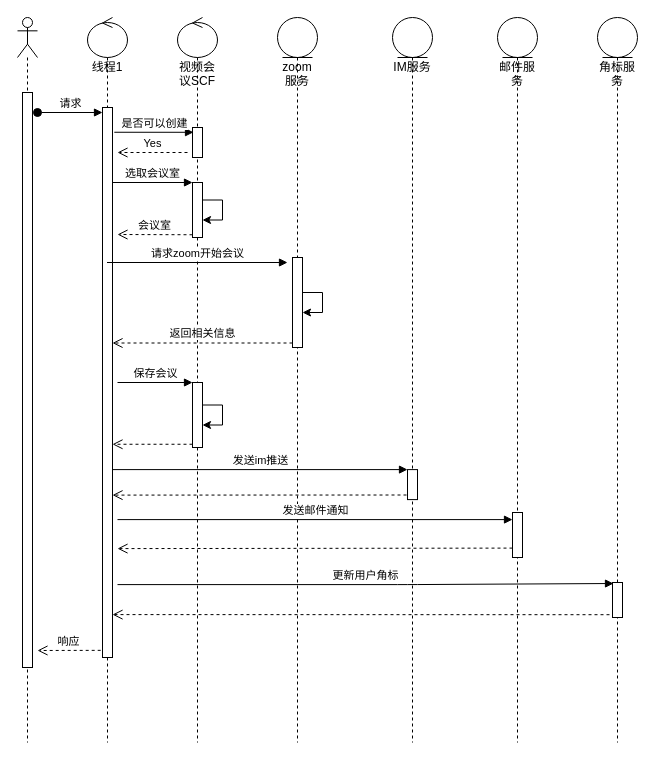
nullbull/uml keeps this draw.io diagram as page "第 3 页" (3 of 10) of shuzhi.drawio. Above is the earlier version. Source tidied: cells renumbered, new cells numbered last; positions are measured from the earlier drawing's top-left corner, leaving out a move shared by most shapes. Both pictures are drawn from the tidied source at 100%, with x=0, y=0 at pixel (17, 17).
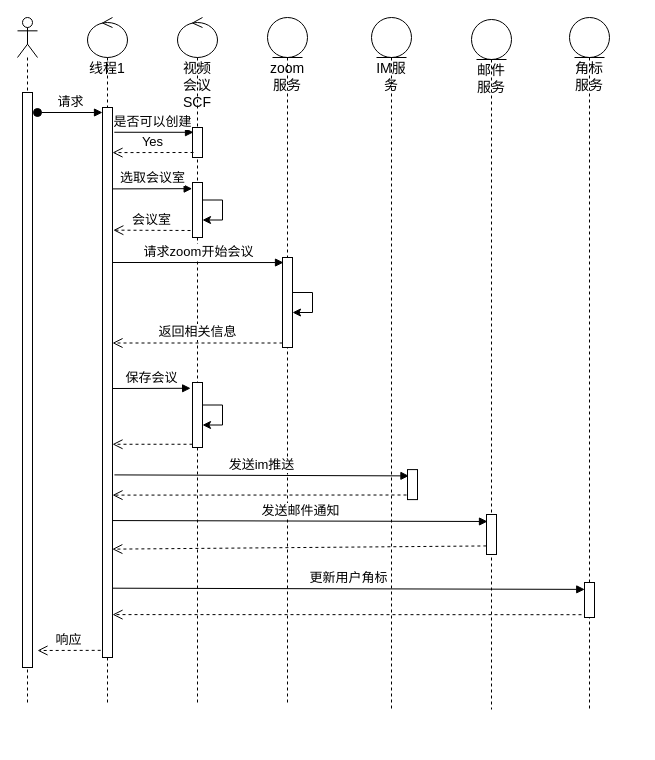
After the change.

Change to the diagram source:
```diff
@@
-    <mxCell id="2" style="shape=umlLifeline;participant=umlActor;perimeter=lifelinePerimeter;whiteSpace=wrap;html=1;verticalAlign=top;spacingTop=36;" parent="1" vertex="1">
-      <mxGeometry width="20" height="725" as="geometry" />
+    <mxCell id="2" style="shape=umlLifeline;participant=umlActor;perimeter=lifelinePerimeter;whiteSpace=wrap;html=1;verticalAlign=top;spacingTop=36;fontSize=14;" parent="1" vertex="1">
+      <mxGeometry width="20" height="686" as="geometry" />
     </mxCell>
-    <mxCell id="3" style="html=1;perimeter=orthogonalPerimeter;" parent="2" vertex="1">
+    <mxCell id="3" style="html=1;perimeter=orthogonalPerimeter;fontSize=14;" parent="2" vertex="1">
       <mxGeometry x="5" y="75" width="10" height="575" as="geometry" />
     </mxCell>
-    <mxCell id="4" value="线程1" style="shape=umlLifeline;participant=umlControl;perimeter=lifelinePerimeter;whiteSpace=wrap;html=1;verticalAlign=top;spacingTop=36;outlineConnect=0;" parent="1" vertex="1">
-      <mxGeometry x="70" width="40" height="725" as="geometry" />
+    <mxCell id="4" value="线程1" style="shape=umlLifeline;participant=umlControl;perimeter=lifelinePerimeter;whiteSpace=wrap;html=1;verticalAlign=top;spacingTop=36;outlineConnect=0;fontSize=14;" parent="1" vertex="1">
+      <mxGeometry x="70" width="40" height="687" as="geometry" />
     </mxCell>
-    <mxCell id="5" style="html=1;points=[];perimeter=orthogonalPerimeter;" parent="4" vertex="1">
+    <mxCell id="5" style="html=1;points=[];perimeter=orthogonalPerimeter;fontSize=14;" parent="4" vertex="1">
       <mxGeometry x="15" y="90" width="10" height="550" as="geometry" />
     </mxCell>
-    <mxCell id="6" value="Yes" style="html=1;verticalAlign=bottom;endArrow=open;dashed=1;endSize=8;" parent="4" edge="1">
-      <mxGeometry relative="1" as="geometry">
-        <mxPoint x="100" y="135" as="sourcePoint" />
-        <mxPoint x="30" y="135" as="targetPoint" />
-      </mxGeometry>
-    </mxCell>
-    <mxCell id="7" value="视频会议SCF" style="shape=umlLifeline;participant=umlControl;perimeter=lifelinePerimeter;whiteSpace=wrap;html=1;verticalAlign=top;spacingTop=36;" parent="1" vertex="1">
-      <mxGeometry x="160" width="40" height="725" as="geometry" />
+    <mxCell id="7" value="视频会议SCF" style="shape=umlLifeline;participant=umlControl;perimeter=lifelinePerimeter;whiteSpace=wrap;html=1;verticalAlign=top;spacingTop=36;fontSize=14;" parent="1" vertex="1">
+      <mxGeometry x="160" width="40" height="686" as="geometry" />
     </mxCell>
-    <mxCell id="8" style="html=1;points=[];perimeter=orthogonalPerimeter;" parent="7" vertex="1">
+    <mxCell id="8" style="html=1;points=[];perimeter=orthogonalPerimeter;fontSize=13;" parent="7" vertex="1">
       <mxGeometry x="15" y="110" width="10" height="30" as="geometry" />
     </mxCell>
-    <mxCell id="9" style="html=1;points=[];perimeter=orthogonalPerimeter;" parent="7" vertex="1">
+    <mxCell id="9" style="html=1;points=[];perimeter=orthogonalPerimeter;fontSize=13;" parent="7" vertex="1">
       <mxGeometry x="15" y="165" width="10" height="55" as="geometry" />
     </mxCell>
-    <mxCell id="10" style="html=1;points=[];perimeter=orthogonalPerimeter;" parent="7" vertex="1">
+    <mxCell id="10" style="html=1;points=[];perimeter=orthogonalPerimeter;fontSize=13;" parent="7" vertex="1">
       <mxGeometry x="15" y="365" width="10" height="65" as="geometry" />
     </mxCell>
-    <mxCell id="11" value="保存会议" style="html=1;verticalAlign=bottom;endArrow=block;entryX=0;entryY=0;" parent="7" edge="1" target="10">
-      <mxGeometry relative="1" as="geometry">
-        <mxPoint x="-60" y="365" as="sourcePoint" />
-      </mxGeometry>
-    </mxCell>
-    <mxCell id="12" style="edgeStyle=orthogonalEdgeStyle;rounded=0;orthogonalLoop=1;jettySize=auto;html=1;" parent="7" edge="1" source="9" target="9">
+    <mxCell id="12" style="edgeStyle=orthogonalEdgeStyle;rounded=0;orthogonalLoop=1;jettySize=auto;html=1;fontSize=13;" parent="7" edge="1" source="9" target="9">
       <mxGeometry relative="1" as="geometry" />
     </mxCell>
-    <mxCell id="13" style="edgeStyle=orthogonalEdgeStyle;rounded=0;orthogonalLoop=1;jettySize=auto;html=1;" parent="7" edge="1" source="10" target="10">
+    <mxCell id="13" style="edgeStyle=orthogonalEdgeStyle;rounded=0;orthogonalLoop=1;jettySize=auto;html=1;fontSize=13;" parent="7" edge="1" source="10" target="10">
       <mxGeometry relative="1" as="geometry" />
     </mxCell>
-    <mxCell id="14" value="请求" style="html=1;verticalAlign=bottom;startArrow=oval;endArrow=block;startSize=8;" parent="1" edge="1" target="5">
+    <mxCell id="14" value="请求" style="html=1;verticalAlign=bottom;startArrow=oval;endArrow=block;startSize=8;fontSize=13;" parent="1" edge="1" target="5">
       <mxGeometry relative="1" as="geometry">
         <mxPoint x="20" y="95" as="sourcePoint" />
       </mxGeometry>
     </mxCell>
-    <mxCell id="15" value="zoom服务" style="shape=umlLifeline;participant=umlEntity;perimeter=lifelinePerimeter;whiteSpace=wrap;html=1;verticalAlign=top;spacingTop=36;" parent="1" vertex="1">
-      <mxGeometry x="260" width="40" height="725" as="geometry" />
+    <mxCell id="15" value="zoom服务" style="shape=umlLifeline;participant=umlEntity;perimeter=lifelinePerimeter;whiteSpace=wrap;html=1;verticalAlign=top;spacingTop=36;fontSize=14;" parent="1" vertex="1">
+      <mxGeometry x="250" width="40" height="686" as="geometry" />
     </mxCell>
-    <mxCell id="16" style="html=1;points=[];perimeter=orthogonalPerimeter;" parent="15" vertex="1">
+    <mxCell id="16" style="html=1;points=[];perimeter=orthogonalPerimeter;fontSize=13;" parent="15" vertex="1">
       <mxGeometry x="15" y="240" width="10" height="90" as="geometry" />
     </mxCell>
-    <mxCell id="17" style="edgeStyle=none;rounded=0;orthogonalLoop=1;jettySize=auto;html=1;" parent="15" edge="1" source="16" target="16">
+    <mxCell id="17" style="edgeStyle=none;rounded=0;orthogonalLoop=1;jettySize=auto;html=1;fontSize=13;" parent="15" edge="1" source="16" target="16">
       <mxGeometry relative="1" as="geometry" />
     </mxCell>
-    <mxCell id="18" value="IM服务" style="shape=umlLifeline;participant=umlEntity;perimeter=lifelinePerimeter;whiteSpace=wrap;html=1;verticalAlign=top;spacingTop=36;" parent="1" vertex="1">
-      <mxGeometry x="375" width="40" height="725" as="geometry" />
+    <mxCell id="18" value="IM服务" style="shape=umlLifeline;participant=umlEntity;perimeter=lifelinePerimeter;whiteSpace=wrap;html=1;verticalAlign=top;spacingTop=36;fontSize=14;" parent="1" vertex="1">
+      <mxGeometry x="354" width="40" height="693" as="geometry" />
     </mxCell>
-    <mxCell id="19" value="是否可以创建" style="html=1;verticalAlign=bottom;endArrow=block;exitX=1.18;exitY=0.045;exitDx=0;exitDy=0;exitPerimeter=0;entryX=0.1;entryY=0.16;entryDx=0;entryDy=0;entryPerimeter=0;" parent="1" edge="1" source="5" target="8">
-      <mxGeometry relative="1" as="geometry" />
+    <mxCell id="19" value="是否可以创建" style="html=1;verticalAlign=bottom;endArrow=block;exitX=1.18;exitY=0.045;exitDx=0;exitDy=0;exitPerimeter=0;entryX=0.1;entryY=0.16;entryDx=0;entryDy=0;entryPerimeter=0;fontSize=13;" parent="1" edge="1" source="5" target="8">
+      <mxGeometry x="-0.04" relative="1" as="geometry" />
     </mxCell>
-    <mxCell id="20" value="邮件服务" style="shape=umlLifeline;participant=umlEntity;perimeter=lifelinePerimeter;whiteSpace=wrap;html=1;verticalAlign=top;spacingTop=36;" parent="1" vertex="1">
-      <mxGeometry x="480" width="40" height="725" as="geometry" />
+    <mxCell id="20" value="邮件服务" style="shape=umlLifeline;participant=umlEntity;perimeter=lifelinePerimeter;whiteSpace=wrap;html=1;verticalAlign=top;spacingTop=36;fontSize=14;" parent="1" vertex="1">
+      <mxGeometry x="454" y="2" width="40" height="690" as="geometry" />
     </mxCell>
-    <mxCell id="21" style="html=1;points=[];perimeter=orthogonalPerimeter;" parent="20" vertex="1">
-      <mxGeometry x="15" y="495" width="10" height="45" as="geometry" />
+    <mxCell id="21" style="html=1;points=[];perimeter=orthogonalPerimeter;fontSize=13;" parent="20" vertex="1">
+      <mxGeometry x="15" y="495" width="10" height="40" as="geometry" />
     </mxCell>
-    <mxCell id="22" value="角标服务" style="shape=umlLifeline;participant=umlEntity;perimeter=lifelinePerimeter;whiteSpace=wrap;html=1;verticalAlign=top;spacingTop=36;" parent="1" vertex="1">
-      <mxGeometry x="580" width="40" height="725" as="geometry" />
+    <mxCell id="22" value="角标服务" style="shape=umlLifeline;participant=umlEntity;perimeter=lifelinePerimeter;whiteSpace=wrap;html=1;verticalAlign=top;spacingTop=36;fontSize=14;" parent="1" vertex="1">
+      <mxGeometry x="552" width="40" height="694" as="geometry" />
     </mxCell>
-    <mxCell id="23" style="html=1;points=[];perimeter=orthogonalPerimeter;" parent="22" vertex="1">
+    <mxCell id="23" style="html=1;points=[];perimeter=orthogonalPerimeter;fontSize=13;" parent="22" vertex="1">
       <mxGeometry x="15" y="565" width="10" height="35" as="geometry" />
     </mxCell>
-    <mxCell id="24" value="会议室" style="html=1;verticalAlign=bottom;endArrow=open;dashed=1;endSize=8;exitX=0;exitY=0.95;" parent="1" edge="1" source="9">
+    <mxCell id="24" value="会议室" style="html=1;verticalAlign=bottom;endArrow=open;dashed=1;endSize=8;entryX=1.081;entryY=0.223;entryDx=0;entryDy=0;entryPerimeter=0;fontSize=13;" parent="1" edge="1" target="5">
       <mxGeometry relative="1" as="geometry">
-        <mxPoint x="100" y="217" as="targetPoint" />
+        <mxPoint x="173" y="213" as="sourcePoint" />
       </mxGeometry>
     </mxCell>
-    <mxCell id="25" value="选取会议室" style="html=1;verticalAlign=bottom;endArrow=block;entryX=0;entryY=0;" parent="1" edge="1" target="9">
-      <mxGeometry relative="1" as="geometry">
-        <mxPoint x="95" y="165" as="sourcePoint" />
-      </mxGeometry>
+    <mxCell id="25" value="选取会议室" style="html=1;verticalAlign=bottom;endArrow=block;entryX=-0.033;entryY=0.112;entryDx=0;entryDy=0;entryPerimeter=0;exitX=1.043;exitY=0.148;exitDx=0;exitDy=0;exitPerimeter=0;fontSize=13;" parent="1" edge="1" source="5" target="9">
+      <mxGeometry relative="1" as="geometry" />
     </mxCell>
-    <mxCell id="26" value="请求zoom开始会议" style="html=1;verticalAlign=bottom;endArrow=block;" parent="1" edge="1" source="4">
+    <mxCell id="26" value="请求zoom开始会议" style="html=1;verticalAlign=bottom;endArrow=block;entryX=0.1;entryY=0.056;entryDx=0;entryDy=0;entryPerimeter=0;fontSize=13;" parent="1" edge="1" target="16">
       <mxGeometry relative="1" as="geometry">
-        <mxPoint x="270" y="245" as="targetPoint" />
+        <mxPoint x="95" y="245" as="sourcePoint" />
       </mxGeometry>
     </mxCell>
-    <mxCell id="27" value="返回相关信息" style="html=1;verticalAlign=bottom;endArrow=open;dashed=1;endSize=8;exitX=0;exitY=0.95;" parent="1" edge="1" source="16" target="5">
+    <mxCell id="27" value="返回相关信息" style="html=1;verticalAlign=bottom;endArrow=open;dashed=1;endSize=8;exitX=0;exitY=0.95;fontSize=13;" parent="1" edge="1" source="16" target="5">
       <mxGeometry relative="1" as="geometry" />
     </mxCell>
-    <mxCell id="28" style="html=1;verticalAlign=bottom;endArrow=open;dashed=1;endSize=8;exitX=0;exitY=0.95;" parent="1" edge="1" source="10" target="5">
+    <mxCell id="28" style="html=1;verticalAlign=bottom;endArrow=open;dashed=1;endSize=8;exitX=0;exitY=0.95;fontSize=13;" parent="1" edge="1" source="10" target="5">
       <mxGeometry relative="1" as="geometry" />
     </mxCell>
-    <mxCell id="29" style="html=1;points=[];perimeter=orthogonalPerimeter;" parent="1" vertex="1">
+    <mxCell id="29" style="html=1;points=[];perimeter=orthogonalPerimeter;fontSize=13;" parent="1" vertex="1">
       <mxGeometry x="390" y="452.1" width="10" height="30" as="geometry" />
     </mxCell>
-    <mxCell id="30" value="发送im推送" style="html=1;verticalAlign=bottom;endArrow=block;entryX=0;entryY=0;" parent="1" edge="1" target="29">
-      <mxGeometry relative="1" as="geometry">
-        <mxPoint x="95" y="452.1" as="sourcePoint" />
-      </mxGeometry>
+    <mxCell id="30" value="发送im推送" style="html=1;verticalAlign=bottom;endArrow=block;entryX=0.144;entryY=0.21;entryDx=0;entryDy=0;entryPerimeter=0;exitX=1.195;exitY=0.668;exitDx=0;exitDy=0;exitPerimeter=0;fontSize=13;" parent="1" edge="1" source="5" target="29">
+      <mxGeometry relative="1" as="geometry" />
     </mxCell>
-    <mxCell id="31" value="更新用户角标" style="html=1;verticalAlign=bottom;endArrow=block;entryX=0.1;entryY=0.029;entryDx=0;entryDy=0;entryPerimeter=0;" parent="1" edge="1" target="23">
-      <mxGeometry relative="1" as="geometry">
-        <mxPoint x="100" y="567.1" as="sourcePoint" />
-        <Array as="points">
-          <mxPoint x="390" y="567.1" />
-        </Array>
-      </mxGeometry>
+    <mxCell id="31" value="更新用户角标" style="html=1;verticalAlign=bottom;endArrow=block;entryX=0.024;entryY=0.197;entryDx=0;entryDy=0;entryPerimeter=0;exitX=1.043;exitY=0.874;exitDx=0;exitDy=0;exitPerimeter=0;fontSize=13;" parent="1" edge="1" source="5" target="23">
+      <mxGeometry relative="1" as="geometry" />
     </mxCell>
-    <mxCell id="32" style="html=1;verticalAlign=bottom;endArrow=open;dashed=1;endSize=8;exitX=-0.1;exitY=0.847;exitDx=0;exitDy=0;exitPerimeter=0;" parent="1" edge="1" source="29">
+    <mxCell id="32" style="html=1;verticalAlign=bottom;endArrow=open;dashed=1;endSize=8;exitX=-0.1;exitY=0.847;exitDx=0;exitDy=0;exitPerimeter=0;fontSize=13;" parent="1" edge="1" source="29">
       <mxGeometry relative="1" as="geometry">
         <mxPoint x="95" y="477.6" as="targetPoint" />
       </mxGeometry>
     </mxCell>
-    <mxCell id="33" style="html=1;verticalAlign=bottom;endArrow=open;dashed=1;endSize=8;exitX=-0.3;exitY=0.92;exitDx=0;exitDy=0;exitPerimeter=0;" parent="1" edge="1" source="23">
+    <mxCell id="33" style="html=1;verticalAlign=bottom;endArrow=open;dashed=1;endSize=8;exitX=-0.3;exitY=0.92;exitDx=0;exitDy=0;exitPerimeter=0;fontSize=13;" parent="1" edge="1" source="23">
       <mxGeometry relative="1" as="geometry">
         <mxPoint x="95" y="597.1" as="targetPoint" />
       </mxGeometry>
     </mxCell>
-    <mxCell id="34" value="发送邮件通知" style="html=1;verticalAlign=bottom;endArrow=block;entryX=0;entryY=0;" parent="1" edge="1">
+    <mxCell id="34" value="发送邮件通知" style="html=1;verticalAlign=bottom;endArrow=block;exitX=0.98;exitY=0.751;exitDx=0;exitDy=0;exitPerimeter=0;fontSize=13;" parent="1" edge="1" source="5">
       <mxGeometry relative="1" as="geometry">
-        <mxPoint x="100" y="502.1" as="sourcePoint" />
-        <mxPoint x="495" y="502.1" as="targetPoint" />
+        <mxPoint x="470" y="504" as="targetPoint" />
       </mxGeometry>
     </mxCell>
-    <mxCell id="35" style="html=1;verticalAlign=bottom;endArrow=open;dashed=1;endSize=8;exitX=0;exitY=0.95;" parent="1" edge="1">
-      <mxGeometry relative="1" as="geometry">
-        <mxPoint x="495" y="530.6" as="sourcePoint" />
-        <mxPoint x="100" y="531.1" as="targetPoint" />
-      </mxGeometry>
+    <mxCell id="35" style="html=1;verticalAlign=bottom;endArrow=open;dashed=1;endSize=8;exitX=-0.012;exitY=0.786;exitDx=0;exitDy=0;exitPerimeter=0;entryX=0.98;entryY=0.803;entryDx=0;entryDy=0;entryPerimeter=0;fontSize=13;" parent="1" edge="1" source="21" target="5">
+      <mxGeometry relative="1" as="geometry" />
     </mxCell>
-    <mxCell id="36" value="响应" style="html=1;verticalAlign=bottom;endArrow=open;dashed=1;endSize=8;exitX=-0.18;exitY=0.987;exitDx=0;exitDy=0;exitPerimeter=0;" parent="1" edge="1" source="5">
+    <mxCell id="36" value="响应" style="html=1;verticalAlign=bottom;endArrow=open;dashed=1;endSize=8;exitX=-0.18;exitY=0.987;exitDx=0;exitDy=0;exitPerimeter=0;fontSize=13;" parent="1" edge="1" source="5">
       <mxGeometry relative="1" as="geometry">
         <mxPoint x="20" y="633" as="targetPoint" />
       </mxGeometry>
     </mxCell>
+    <mxCell id="6" value="Yes" style="html=1;verticalAlign=bottom;endArrow=open;dashed=1;endSize=8;entryX=1;entryY=0.082;entryDx=0;entryDy=0;entryPerimeter=0;fontSize=13;" parent="1" edge="1" target="5">
+      <mxGeometry relative="1" as="geometry">
+        <mxPoint x="176" y="135" as="sourcePoint" />
+      </mxGeometry>
+    </mxCell>
+    <mxCell id="11" value="保存会议" style="html=1;verticalAlign=bottom;endArrow=block;entryX=-0.186;entryY=0.089;entryDx=0;entryDy=0;entryPerimeter=0;fontSize=13;" parent="1" edge="1" target="10">
+      <mxGeometry relative="1" as="geometry">
+        <mxPoint x="95" y="371" as="sourcePoint" />
+      </mxGeometry>
+    </mxCell>
```
